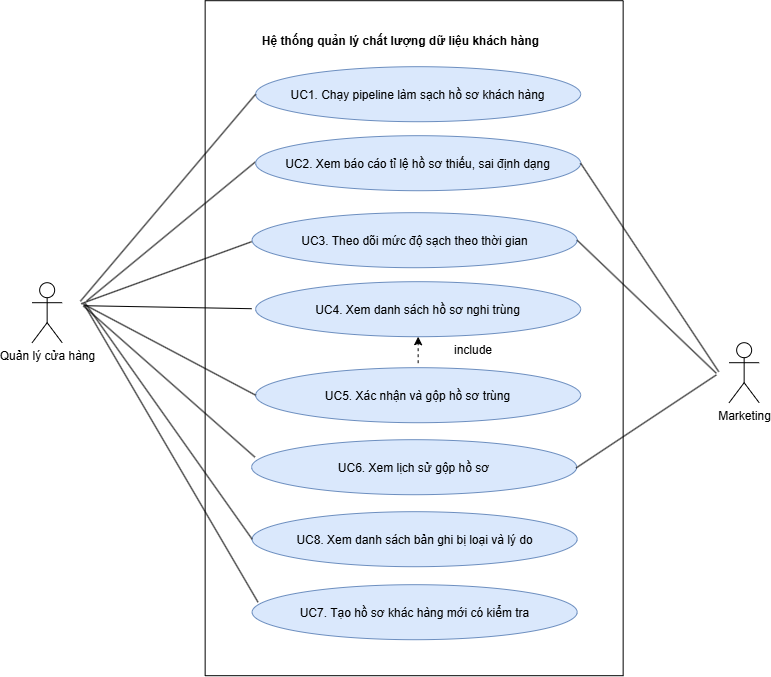
soukanong/cdtn1-kaysonesoukanong-l7 keeps this draw.io diagram as docs/export/usecase.drawio.png. Above is the earlier version. Source tidied: cells renumbered, new cells last; positions are measured from the earlier drawing's top-left corner, leaving out a move shared by most shapes.
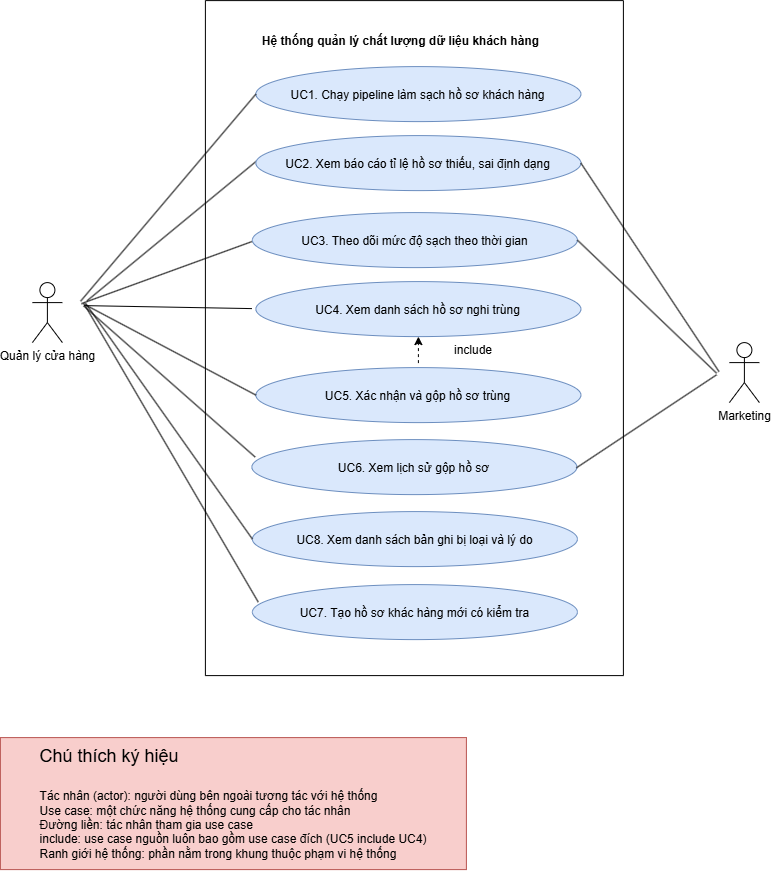
After the change.

Commit message:
docs: điều chỉnh thiết kế theo phản hồi BT1

Change to the diagram source:
```diff
@@ -105,5 +105,8 @@
         <mxPoint x="53" y="305.5" as="sourcePoint" />
       </mxGeometry>
     </mxCell>
+    <mxCell id="27" value="&lt;div style=&quot;text-align: left;&quot;&gt;&lt;span style=&quot;font-size: 18px; background-color: transparent; color: light-dark(rgb(0, 0, 0), rgb(255, 255, 255));&quot;&gt;Chú thích ký hiệu&lt;/span&gt;&lt;/div&gt;&lt;div style=&quot;text-align: left;&quot;&gt;&lt;span style=&quot;font-size: 18px; background-color: transparent; color: light-dark(rgb(0, 0, 0), rgb(255, 255, 255));&quot;&gt;&lt;br&gt;&lt;/span&gt;&lt;/div&gt;&lt;div style=&quot;text-align: justify;&quot;&gt;Tác nhân (actor): người dùng bên ngoài tương tác với hệ thống&lt;/div&gt;&lt;div style=&quot;text-align: justify;&quot;&gt;Use case: một chức năng hệ thống cung cấp cho tác nhân&lt;/div&gt;&lt;div style=&quot;text-align: justify;&quot;&gt;Đường liền: tác nhân tham gia use case&lt;/div&gt;&lt;div style=&quot;text-align: justify;&quot;&gt;include: use case nguồn luôn bao gồm use case đích (UC5 include UC4)&lt;/div&gt;&lt;div style=&quot;text-align: justify;&quot;&gt;Ranh giới hệ thống: phần nằm trong khung thuộc phạm vi hệ thống&lt;/div&gt;" style="rounded=0;whiteSpace=wrap;html=1;fillColor=#f8cecc;strokeColor=#b85450;" parent="1" vertex="1">
+      <mxGeometry x="-32" y="737" width="466" height="132" as="geometry" />
+    </mxCell>
   </root>
 </mxGraphModel>
```
